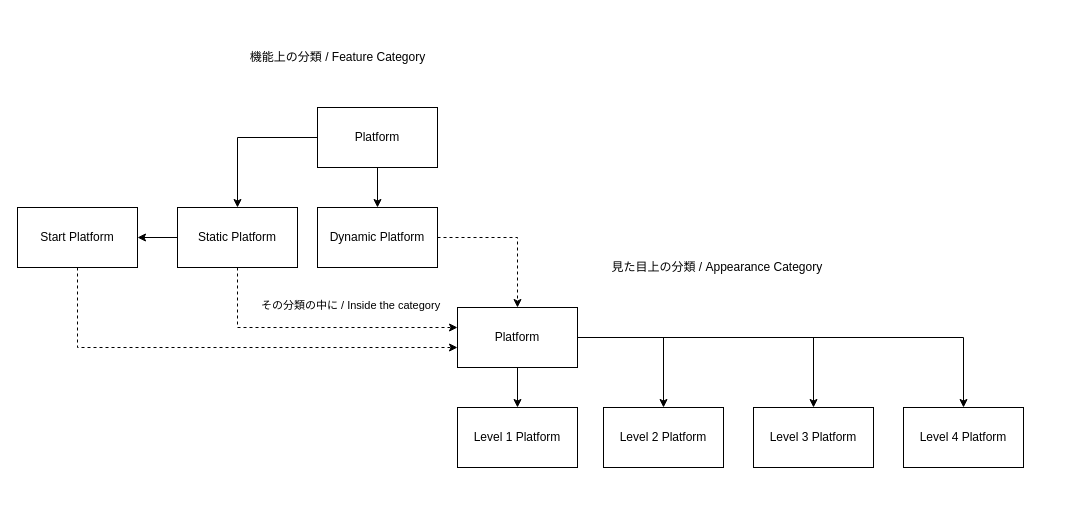
Before: Artifacts/PA01.drawio in JiaChen-Zeng/PRNL-Alpha01, a draw.io diagram. Source tidied: cells renumbered, new cells numbered last; positions are measured from the earlier drawing's top-left corner, leaving out a move shared by most shapes. Both pictures are drawn from the tidied source at 100%, with x=0, y=0 at pixel (17, 47).
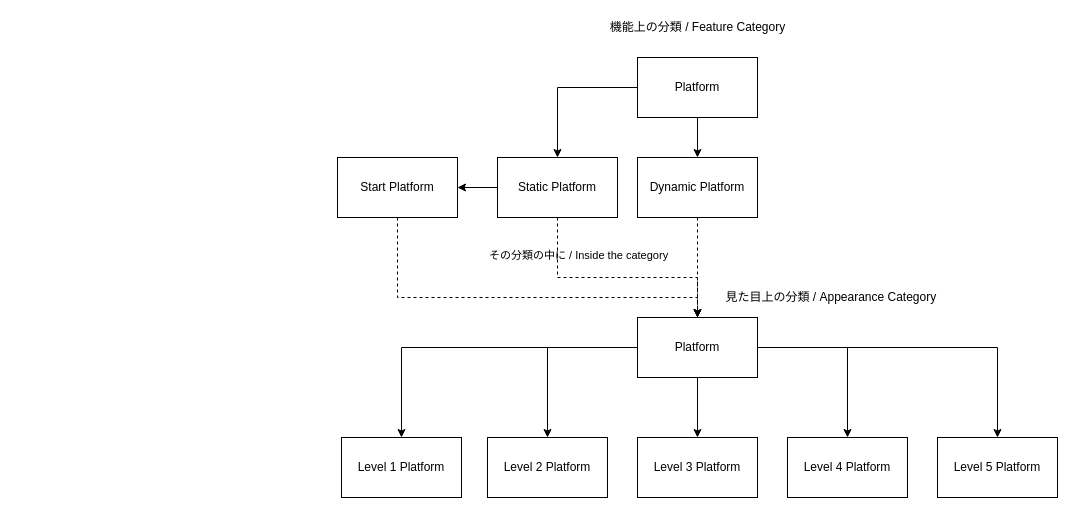
The same page after the edit.

Commit message:
CHORE: Platform のプリハブバリアントの構造を一旦決める

The edit, as a diff of the source:
```diff
@@
     <mxCell id="6" value="Platform" style="rounded=0;whiteSpace=wrap;html=1;" parent="1" vertex="1">
-      <mxGeometry x="300" y="60" width="120" height="60" as="geometry" />
+      <mxGeometry x="620" y="10" width="120" height="60" as="geometry" />
     </mxCell>
     <mxCell id="7" value="Static Platform" style="rounded=0;whiteSpace=wrap;html=1;" parent="1" vertex="1">
-      <mxGeometry x="160" y="160" width="120" height="60" as="geometry" />
+      <mxGeometry x="480" y="110" width="120" height="60" as="geometry" />
     </mxCell>
     <mxCell id="8" value="Dynamic Platform" style="rounded=0;whiteSpace=wrap;html=1;" parent="1" vertex="1">
-      <mxGeometry x="300" y="160" width="120" height="60" as="geometry" />
+      <mxGeometry x="620" y="110" width="120" height="60" as="geometry" />
     </mxCell>
     <mxCell id="9" value="Start Platform" style="rounded=0;whiteSpace=wrap;html=1;" parent="1" vertex="1">
-      <mxGeometry y="160" width="120" height="60" as="geometry" />
+      <mxGeometry x="320" y="110" width="120" height="60" as="geometry" />
     </mxCell>
     <mxCell id="10" value="機能上の分類 / Feature Category" style="text;html=1;align=center;verticalAlign=middle;strokeColor=none;fillColor=none;" parent="1" vertex="1">
-      <mxGeometry x="220" width="200" height="20" as="geometry" />
+      <mxGeometry x="580" y="-30" width="200" height="20" as="geometry" />
     </mxCell>
@@
+    <mxCell id="24" style="edgeStyle=orthogonalEdgeStyle;rounded=0;jettySize=auto;html=1;endArrow=classic;endFill=1;strokeColor=default;" parent="1" edge="1" source="15" target="25">
+      <mxGeometry relative="1" as="geometry" />
+    </mxCell>
     <mxCell id="15" value="Platform" style="rounded=0;whiteSpace=wrap;html=1;" parent="1" vertex="1">
-      <mxGeometry x="440" y="260" width="120" height="60" as="geometry" />
+      <mxGeometry x="620" y="270" width="120" height="60" as="geometry" />
     </mxCell>
     <mxCell id="16" value="見た目上の分類 / Appearance Category&amp;nbsp;" style="text;html=1;align=center;verticalAlign=middle;strokeColor=none;fillColor=none;" parent="1" vertex="1">
-      <mxGeometry x="586" y="210" width="230" height="20" as="geometry" />
+      <mxGeometry x="700" y="240" width="230" height="20" as="geometry" />
     </mxCell>
     <mxCell id="17" value="Level 1 Platform" style="rounded=0;whiteSpace=wrap;html=1;" parent="1" vertex="1">
-      <mxGeometry x="440" y="360" width="120" height="60" as="geometry" />
+      <mxGeometry x="324" y="390" width="120" height="60" as="geometry" />
     </mxCell>
     <mxCell id="18" value="Level 2 Platform" style="rounded=0;whiteSpace=wrap;html=1;" parent="1" vertex="1">
-      <mxGeometry x="586" y="360" width="120" height="60" as="geometry" />
+      <mxGeometry x="470" y="390" width="120" height="60" as="geometry" />
     </mxCell>
     <mxCell id="19" value="Level 3 Platform" style="rounded=0;whiteSpace=wrap;html=1;" parent="1" vertex="1">
-      <mxGeometry x="736" y="360" width="120" height="60" as="geometry" />
+      <mxGeometry x="620" y="390" width="120" height="60" as="geometry" />
     </mxCell>
     <mxCell id="20" value="Level 4 Platform" style="rounded=0;whiteSpace=wrap;html=1;" parent="1" vertex="1">
-      <mxGeometry x="886" y="360" width="120" height="60" as="geometry" />
+      <mxGeometry x="770" y="390" width="120" height="60" as="geometry" />
     </mxCell>
     <mxCell id="21" value="&lt;span style=&quot;color: rgb(0 , 0 , 0) ; font-family: &amp;#34;helvetica&amp;#34; ; font-size: 11px ; font-style: normal ; font-weight: 400 ; letter-spacing: normal ; text-indent: 0px ; text-transform: none ; word-spacing: 0px ; background-color: rgb(255 , 255 , 255) ; display: inline ; float: none&quot;&gt;その分類の中に&amp;nbsp;&lt;/span&gt;&lt;span style=&quot;color: rgb(0 , 0 , 0) ; font-family: &amp;#34;helvetica&amp;#34; ; font-size: 11px ; font-style: normal ; font-weight: 400 ; letter-spacing: normal ; text-indent: 0px ; text-transform: none ; word-spacing: 0px ; background-color: rgb(255 , 255 , 255) ; display: inline ; float: none&quot;&gt;/&amp;nbsp;&lt;/span&gt;&lt;span style=&quot;color: rgb(0 , 0 , 0) ; font-family: &amp;#34;helvetica&amp;#34; ; font-size: 11px ; font-style: normal ; font-weight: 400 ; letter-spacing: normal ; text-indent: 0px ; text-transform: none ; word-spacing: 0px ; background-color: rgb(255 , 255 , 255) ; display: inline ; float: none&quot;&gt;Inside the category&lt;/span&gt;" style="text;whiteSpace=wrap;html=1;align=left;" parent="1" vertex="1">
-      <mxGeometry x="242" y="244" width="190" height="30" as="geometry" />
+      <mxGeometry x="470" y="194" width="190" height="30" as="geometry" />
     </mxCell>
     <mxCell id="22" style="edgeStyle=orthogonalEdgeStyle;rounded=0;jettySize=auto;html=1;dashed=1;strokeColor=default;endArrow=classic;endFill=1;" parent="1" edge="1" source="9" target="15">
       <mxGeometry relative="1" as="geometry">
         <Array as="points">
-          <mxPoint x="60" y="300" />
+          <mxPoint x="380" y="250" />
         </Array>
       </mxGeometry>
     </mxCell>
     <mxCell id="23" style="edgeStyle=orthogonalEdgeStyle;rounded=0;jettySize=auto;html=1;dashed=1;strokeColor=default;endArrow=classic;endFill=1;" parent="1" edge="1" source="7" target="15">
       <mxGeometry relative="1" as="geometry">
         <Array as="points">
-          <mxPoint x="220" y="280" />
+          <mxPoint x="540" y="230" />
         </Array>
       </mxGeometry>
     </mxCell>
+    <mxCell id="25" value="Level 5 Platform" style="rounded=0;whiteSpace=wrap;html=1;" parent="1" vertex="1">
+      <mxGeometry x="920" y="390" width="120" height="60" as="geometry" />
+    </mxCell>
```
